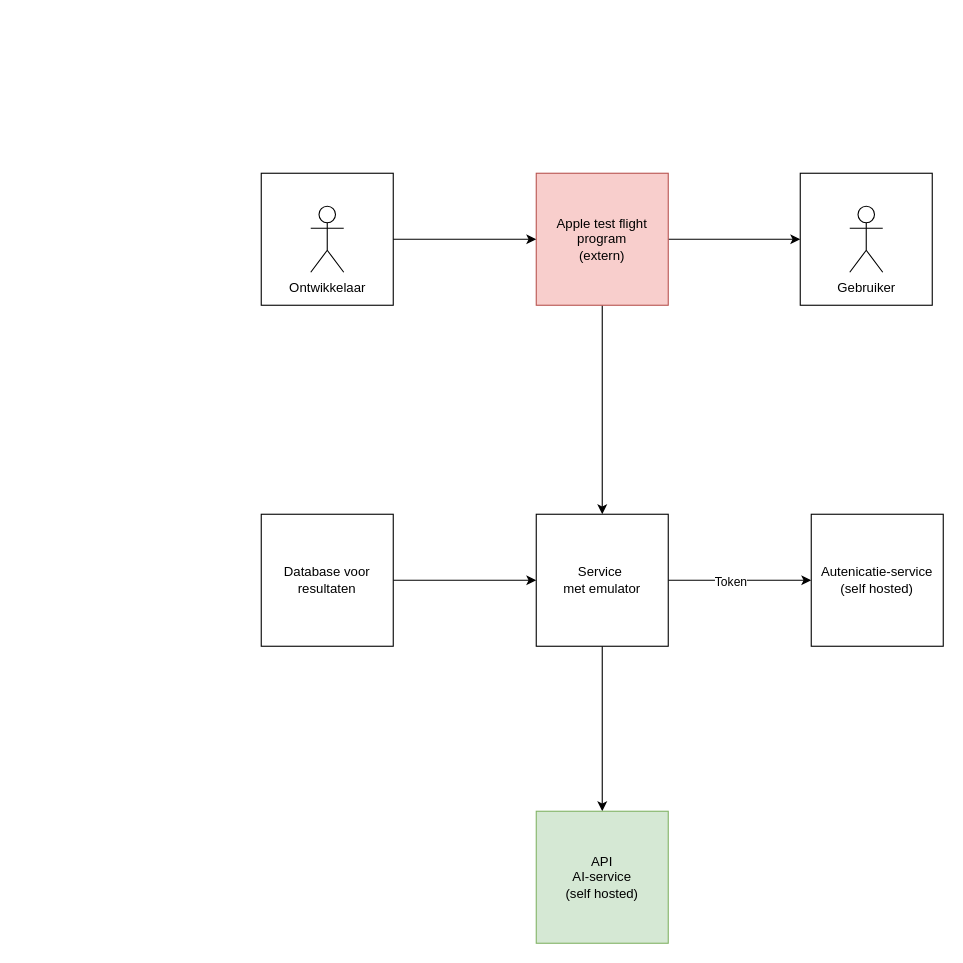
This is page "Test-Flight" (4 of 8) of cli app.drawio from luukvankooten/draw.io, a draw.io file, before an edit. Source tidied: cells renumbered, new cells numbered last; positions are measured from the earlier drawing's top-left corner, leaving out a move shared by most shapes. Both pictures are drawn from the tidied source at 110%, with x=0, y=0 at pixel (261, 173).
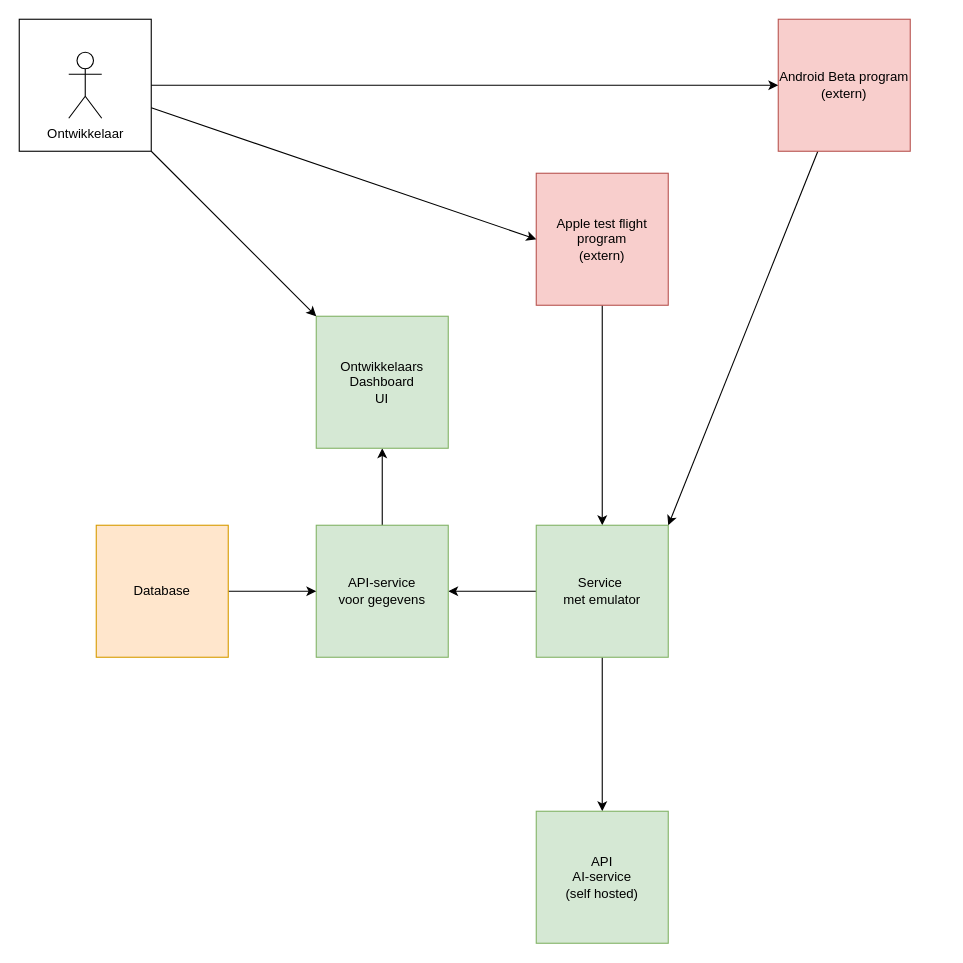
The same diagram, later.

The change refers to these unchanged cells:
```xml
<mxCell id="3" style="whiteSpace=wrap;html=1;" parent="2" vertex="1">
  <mxGeometry width="120" height="120" as="geometry" />
</mxCell>
<mxCell id="7" value="&lt;div&gt;Apple test flight program&lt;/div&gt;&lt;div&gt;(extern)&lt;/div&gt;" style="whiteSpace=wrap;html=1;fillColor=#f8cecc;strokeColor=#b85450;" parent="1" vertex="1">
  <mxGeometry x="250" width="120" height="120" as="geometry" />
</mxCell>
```

Change to the diagram source:
```diff
@@
     <mxCell id="2" style="group;" parent="1" vertex="1">
-      <mxGeometry width="120" height="120" as="geometry" />
+      <mxGeometry x="-220" y="-140" width="120" height="120" as="geometry" />
     </mxCell>
@@
-    <mxCell id="6" style="edgeStyle=orthogonalEdgeStyle;rounded=0;jettySize=auto;html=1;" parent="1" edge="1" source="7" target="13">
-      <mxGeometry relative="1" as="geometry" />
-    </mxCell>
@@
-    <mxCell id="8" style="edgeStyle=orthogonalEdgeStyle;rounded=0;jettySize=auto;html=1;" parent="1" edge="1" source="11" target="17">
-      <mxGeometry relative="1" as="geometry" />
-    </mxCell>
-    <mxCell id="9" value="Token" style="edgeLabel;html=1;align=center;verticalAlign=middle;" parent="8" vertex="1">
-      <mxGeometry x="-0.14" y="-1" relative="1" as="geometry" />
-    </mxCell>
@@
+    <mxCell id="20" style="rounded=0;jettySize=auto;html=1;entryX=1;entryY=0.5;entryDx=0;entryDy=0;" parent="1" edge="1" source="11" target="23">
+      <mxGeometry relative="1" as="geometry" />
+    </mxCell>
-    <mxCell id="11" value="&lt;div&gt;Service&amp;nbsp;&lt;/div&gt;&lt;div&gt;met emulator&lt;/div&gt;" style="whiteSpace=wrap;html=1;" parent="1" vertex="1">
-      <mxGeometry x="250" y="310" width="120" height="120" as="geometry" />
+    <mxCell id="11" value="&lt;div&gt;Service&amp;nbsp;&lt;/div&gt;&lt;div&gt;met emulator&lt;/div&gt;" style="whiteSpace=wrap;html=1;fillColor=#d5e8d4;strokeColor=#82b366;" parent="1" vertex="1">
+      <mxGeometry x="250" y="320" width="120" height="120" as="geometry" />
     </mxCell>
-    <mxCell id="12" style="group;" parent="1" vertex="1">
-      <mxGeometry x="490" width="120" height="120" as="geometry" />
-    </mxCell>
-    <mxCell id="13" style="whiteSpace=wrap;html=1;" parent="12" vertex="1">
-      <mxGeometry width="120" height="120" as="geometry" />
-    </mxCell>
-    <mxCell id="14" value="Gebruiker" style="shape=umlActor;verticalLabelPosition=bottom;verticalAlign=top;html=1;" parent="12" vertex="1">
-      <mxGeometry x="45" y="30" width="30" height="60" as="geometry" />
-    </mxCell>
-    <mxCell id="15" style="edgeStyle=orthogonalEdgeStyle;rounded=0;jettySize=auto;html=1;entryX=0;entryY=0.5;entryDx=0;entryDy=0;" parent="1" edge="1" source="16" target="11">
-      <mxGeometry relative="1" as="geometry" />
-    </mxCell>
-    <mxCell id="16" value="&lt;div&gt;Database voor&lt;br&gt;&lt;/div&gt;&lt;div&gt;resultaten&lt;br&gt;&lt;/div&gt;" style="whiteSpace=wrap;html=1;" parent="1" vertex="1">
-      <mxGeometry y="310" width="120" height="120" as="geometry" />
-    </mxCell>
-    <mxCell id="17" value="&lt;div&gt;Autenicatie-service&lt;/div&gt;&lt;div&gt;(self hosted)&lt;br&gt;&lt;/div&gt;" style="whiteSpace=wrap;html=1;" parent="1" vertex="1">
-      <mxGeometry x="500" y="310" width="120" height="120" as="geometry" />
-    </mxCell>
+    <mxCell id="21" style="edgeStyle=orthogonalEdgeStyle;rounded=0;jettySize=auto;html=1;" parent="1" edge="1" source="23" target="22">
+      <mxGeometry relative="1" as="geometry" />
+    </mxCell>
@@
-    <mxCell id="19" style="edgeStyle=orthogonalEdgeStyle;rounded=0;jettySize=auto;html=1;entryX=0;entryY=0.5;entryDx=0;entryDy=0;" parent="1" edge="1" source="3" target="7">
+    <mxCell id="19" style="rounded=0;jettySize=auto;html=1;entryX=0;entryY=0.5;entryDx=0;entryDy=0;" parent="1" edge="1" source="3" target="7">
       <mxGeometry relative="1" as="geometry" />
     </mxCell>
+    <mxCell id="22" value="&lt;div&gt;Ontwikkelaars&lt;/div&gt;&lt;div&gt;Dashboard&lt;br&gt;&lt;/div&gt;&lt;div&gt;UI&lt;/div&gt;" style="whiteSpace=wrap;html=1;fillColor=#d5e8d4;strokeColor=#82b366;" parent="1" vertex="1">
+      <mxGeometry x="50" y="130" width="120" height="120" as="geometry" />
+    </mxCell>
+    <mxCell id="23" value="&lt;div&gt;API-service&lt;/div&gt;&lt;div&gt;voor gegevens&lt;br&gt;&lt;/div&gt;" style="whiteSpace=wrap;html=1;fillColor=#d5e8d4;strokeColor=#82b366;" parent="1" vertex="1">
+      <mxGeometry x="50" y="320" width="120" height="120" as="geometry" />
+    </mxCell>
+    <mxCell id="24" style="edgeStyle=orthogonalEdgeStyle;rounded=0;jettySize=auto;html=1;" parent="1" edge="1" source="25" target="23">
+      <mxGeometry relative="1" as="geometry" />
+    </mxCell>
+    <mxCell id="25" value="Database" style="whiteSpace=wrap;html=1;fillColor=#ffe6cc;strokeColor=#d79b00;" parent="1" vertex="1">
+      <mxGeometry x="-150" y="320" width="120" height="120" as="geometry" />
+    </mxCell>
+    <mxCell id="26" style="rounded=0;jettySize=auto;html=1;" parent="1" edge="1" source="3" target="22">
+      <mxGeometry relative="1" as="geometry" />
+    </mxCell>
+    <mxCell id="27" style="rounded=0;jettySize=auto;html=1;entryX=1;entryY=0;entryDx=0;entryDy=0;" parent="1" edge="1" source="28" target="11">
+      <mxGeometry relative="1" as="geometry" />
+    </mxCell>
+    <mxCell id="28" value="&lt;div&gt;Android Beta program&lt;/div&gt;&lt;div&gt;(extern)&lt;br&gt;&lt;/div&gt;" style="whiteSpace=wrap;html=1;fillColor=#f8cecc;strokeColor=#b85450;" parent="1" vertex="1">
+      <mxGeometry x="470" y="-140" width="120" height="120" as="geometry" />
+    </mxCell>
+    <mxCell id="29" style="rounded=0;jettySize=auto;html=1;" parent="1" edge="1" source="3" target="28">
+      <mxGeometry relative="1" as="geometry" />
+    </mxCell>
```
